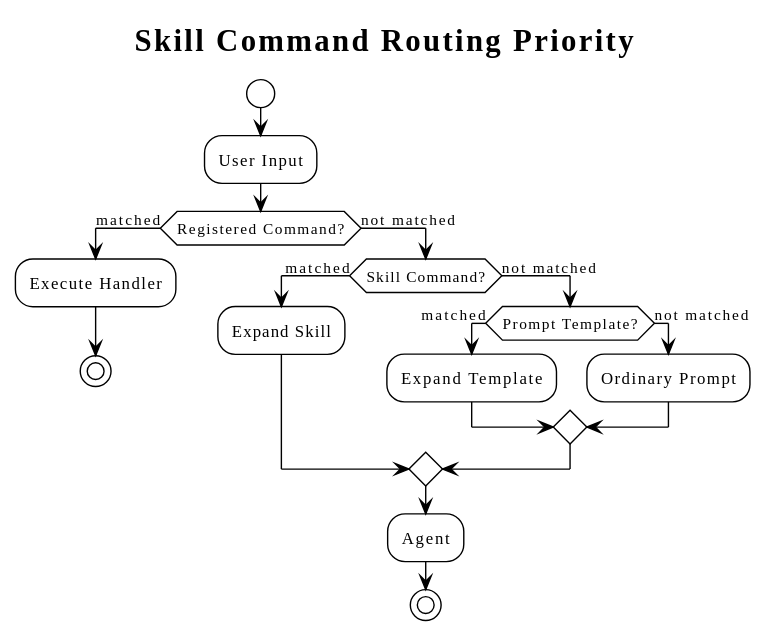
Earlier version of the PlantUML export diagrams/skill-command/07-routing.svg (superheromeZzh/pi-mono-java-design).
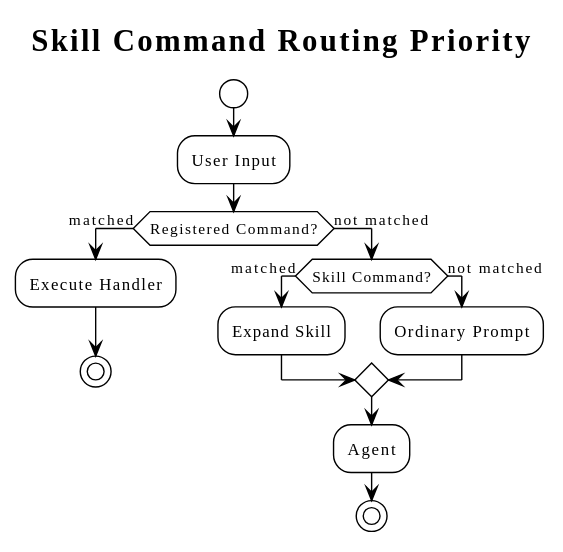
After the change.

Commit message:
docs(agent): remove prompt command routing

What changed in the source:
```diff
@@ -15,11 +15,7 @@
   if (Skill Command?) then (matched)
     :Expand Skill;
   else (not matched)
-    if (Prompt Template?) then (matched)
-      :Expand Template;
-    else (not matched)
-      :Ordinary Prompt;
-    endif
+    :Ordinary Prompt;
   endif
   :Agent;
   stop
```
